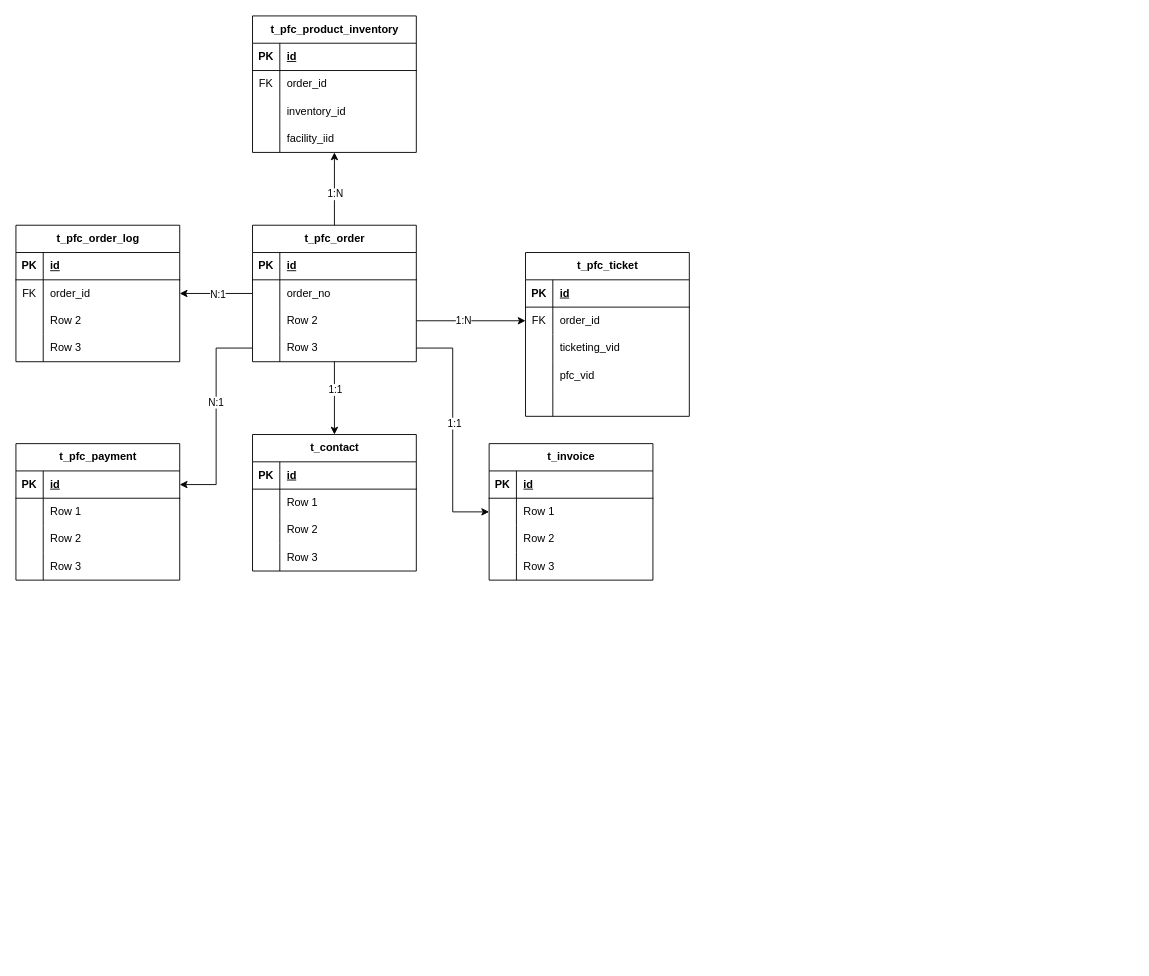
lixyu/draw keeps this draw.io diagram as pfc-order-tables.drawio. Above is the earlier version. Source tidied: cells renumbered, new cells numbered last; positions are measured from the earlier drawing's top-left corner, leaving out a move shared by most shapes. Both pictures are drawn from the tidied source at 91%, with x=0, y=0 at pixel (15, 15).
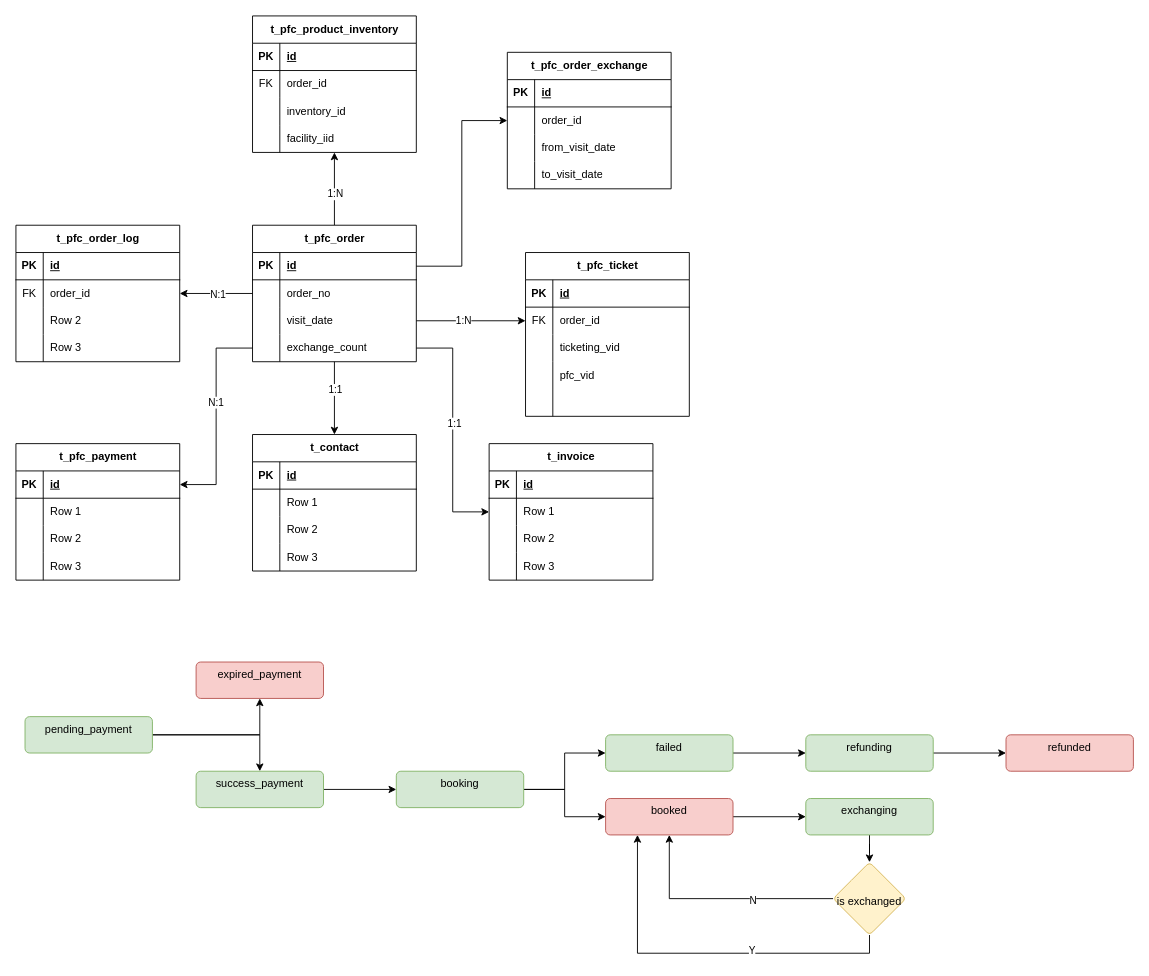
The same page after the edit.

The change refers to these unchanged cells:
```xml
<mxCell id="9" style="shape=tableRow;horizontal=0;startSize=0;swimlaneHead=0;swimlaneBody=0;fillColor=none;points=[[0,0.5],[1,0.5]];portConstraint=eastwest;top=0;left=0;right=0;bottom=1;" parent="8" vertex="1">
  <mxGeometry y="30" width="180" height="30" as="geometry" />
</mxCell>
<mxCell id="15" style="shape=tableRow;horizontal=0;startSize=0;swimlaneHead=0;swimlaneBody=0;fillColor=none;points=[[0,0.5],[1,0.5]];portConstraint=eastwest;top=0;left=0;right=0;bottom=0;" parent="8" vertex="1">
  <mxGeometry y="90" width="180" height="30" as="geometry" />
</mxCell>
<mxCell id="18" style="shape=tableRow;horizontal=0;startSize=0;swimlaneHead=0;swimlaneBody=0;fillColor=none;points=[[0,0.5],[1,0.5]];portConstraint=eastwest;top=0;left=0;right=0;bottom=0;" parent="8" vertex="1">
  <mxGeometry y="120" width="180" height="30" as="geometry" />
</mxCell>
```

Diff of the diagram source:
```diff
@@
-    <mxCell id="17" value="Row 2" style="shape=partialRectangle;fillColor=none;top=0;left=0;bottom=0;right=0;align=left;spacingLeft=6;overflow=hidden;whiteSpace=wrap;html=1;" parent="15" vertex="1">
+    <mxCell id="17" value="visit_date" style="shape=partialRectangle;fillColor=none;top=0;left=0;bottom=0;right=0;align=left;spacingLeft=6;overflow=hidden;whiteSpace=wrap;html=1;" parent="15" vertex="1">
       <mxGeometry x="30" width="150" height="30" as="geometry" />
     </mxCell>
@@
-    <mxCell id="20" value="Row 3" style="shape=partialRectangle;fillColor=none;top=0;left=0;bottom=0;right=0;align=left;spacingLeft=6;overflow=hidden;whiteSpace=wrap;html=1;" parent="18" vertex="1">
+    <mxCell id="20" value="exchange_count" style="shape=partialRectangle;fillColor=none;top=0;left=0;bottom=0;right=0;align=left;spacingLeft=6;overflow=hidden;whiteSpace=wrap;html=1;" parent="18" vertex="1">
       <mxGeometry x="30" width="150" height="30" as="geometry" />
     </mxCell>
@@
+    <mxCell id="108" style="edgeStyle=orthogonalEdgeStyle;rounded=0;jettySize=auto;html=1;" parent="1" edge="1" source="110" target="111">
+      <mxGeometry relative="1" as="geometry" />
+    </mxCell>
+    <mxCell id="109" style="edgeStyle=orthogonalEdgeStyle;rounded=0;jettySize=auto;html=1;exitX=1;exitY=0.5;exitDx=0;exitDy=0;" parent="1" edge="1" source="110" target="113">
+      <mxGeometry relative="1" as="geometry" />
+    </mxCell>
+    <mxCell id="110" value="pending_payment" style="html=1;align=center;verticalAlign=top;rounded=1;absoluteArcSize=1;arcSize=10;dashed=0;whiteSpace=wrap;fillColor=#d5e8d4;strokeColor=#82b366;" parent="1" vertex="1">
+      <mxGeometry x="10" y="770" width="140" height="40" as="geometry" />
+    </mxCell>
+    <mxCell id="111" value="expired_payment" style="html=1;align=center;verticalAlign=top;rounded=1;absoluteArcSize=1;arcSize=10;dashed=0;whiteSpace=wrap;fillColor=#f8cecc;strokeColor=#b85450;" parent="1" vertex="1">
+      <mxGeometry x="198" y="710" width="140" height="40" as="geometry" />
+    </mxCell>
+    <mxCell id="112" style="edgeStyle=orthogonalEdgeStyle;rounded=0;jettySize=auto;html=1;" parent="1" edge="1" source="113" target="116">
+      <mxGeometry relative="1" as="geometry" />
+    </mxCell>
+    <mxCell id="113" value="success_payment" style="html=1;align=center;verticalAlign=top;rounded=1;absoluteArcSize=1;arcSize=10;dashed=0;whiteSpace=wrap;fillColor=#d5e8d4;strokeColor=#82b366;" parent="1" vertex="1">
+      <mxGeometry x="198" y="830" width="140" height="40" as="geometry" />
+    </mxCell>
+    <mxCell id="114" style="edgeStyle=orthogonalEdgeStyle;rounded=0;jettySize=auto;html=1;" parent="1" edge="1" source="116" target="118">
+      <mxGeometry relative="1" as="geometry" />
+    </mxCell>
+    <mxCell id="115" style="edgeStyle=orthogonalEdgeStyle;rounded=0;jettySize=auto;html=1;exitX=1;exitY=0.5;exitDx=0;exitDy=0;entryX=0;entryY=0.5;entryDx=0;entryDy=0;" parent="1" edge="1" source="116" target="120">
+      <mxGeometry relative="1" as="geometry" />
+    </mxCell>
+    <mxCell id="116" value="booking" style="html=1;align=center;verticalAlign=top;rounded=1;absoluteArcSize=1;arcSize=10;dashed=0;whiteSpace=wrap;fillColor=#d5e8d4;strokeColor=#82b366;" parent="1" vertex="1">
+      <mxGeometry x="418" y="830" width="140" height="40" as="geometry" />
+    </mxCell>
+    <mxCell id="117" style="edgeStyle=orthogonalEdgeStyle;rounded=0;jettySize=auto;html=1;" parent="1" edge="1" source="118" target="122">
+      <mxGeometry relative="1" as="geometry" />
+    </mxCell>
+    <mxCell id="118" value="failed" style="html=1;align=center;verticalAlign=top;rounded=1;absoluteArcSize=1;arcSize=10;dashed=0;whiteSpace=wrap;fillColor=#d5e8d4;strokeColor=#82b366;" parent="1" vertex="1">
+      <mxGeometry x="648" y="790" width="140" height="40" as="geometry" />
+    </mxCell>
+    <mxCell id="119" style="edgeStyle=orthogonalEdgeStyle;rounded=0;jettySize=auto;html=1;" parent="1" edge="1" source="120" target="125">
+      <mxGeometry relative="1" as="geometry" />
+    </mxCell>
+    <mxCell id="120" value="booked" style="html=1;align=center;verticalAlign=top;rounded=1;absoluteArcSize=1;arcSize=10;dashed=0;whiteSpace=wrap;fillColor=#f8cecc;strokeColor=#b85450;" parent="1" vertex="1">
+      <mxGeometry x="648" y="860" width="140" height="40" as="geometry" />
+    </mxCell>
+    <mxCell id="121" style="edgeStyle=orthogonalEdgeStyle;rounded=0;jettySize=auto;html=1;" parent="1" edge="1" source="122" target="123">
+      <mxGeometry relative="1" as="geometry" />
+    </mxCell>
+    <mxCell id="122" value="refunding" style="html=1;align=center;verticalAlign=top;rounded=1;absoluteArcSize=1;arcSize=10;dashed=0;whiteSpace=wrap;fillColor=#d5e8d4;strokeColor=#82b366;" parent="1" vertex="1">
+      <mxGeometry x="868" y="790" width="140" height="40" as="geometry" />
+    </mxCell>
+    <mxCell id="123" value="refunded" style="html=1;align=center;verticalAlign=top;rounded=1;absoluteArcSize=1;arcSize=10;dashed=0;whiteSpace=wrap;fillColor=#f8cecc;strokeColor=#b85450;" parent="1" vertex="1">
+      <mxGeometry x="1088" y="790" width="140" height="40" as="geometry" />
+    </mxCell>
+    <mxCell id="124" style="edgeStyle=orthogonalEdgeStyle;rounded=0;jettySize=auto;html=1;" parent="1" edge="1" source="125" target="130">
+      <mxGeometry relative="1" as="geometry" />
+    </mxCell>
+    <mxCell id="125" value="exchanging" style="html=1;align=center;verticalAlign=top;rounded=1;absoluteArcSize=1;arcSize=10;dashed=0;whiteSpace=wrap;fillColor=#d5e8d4;strokeColor=#82b366;" parent="1" vertex="1">
+      <mxGeometry x="868" y="860" width="140" height="40" as="geometry" />
+    </mxCell>
+    <mxCell id="126" style="edgeStyle=orthogonalEdgeStyle;rounded=0;jettySize=auto;html=1;exitX=0;exitY=0.5;exitDx=0;exitDy=0;entryX=0.5;entryY=1;entryDx=0;entryDy=0;" parent="1" edge="1" source="130" target="120">
+      <mxGeometry relative="1" as="geometry" />
+    </mxCell>
+    <mxCell id="127" value="N" style="edgeLabel;html=1;align=center;verticalAlign=middle;" parent="126" vertex="1">
+      <mxGeometry x="-0.29" y="1" relative="1" as="geometry" />
+    </mxCell>
+    <mxCell id="128" style="edgeStyle=orthogonalEdgeStyle;rounded=0;jettySize=auto;html=1;exitX=0.5;exitY=1;exitDx=0;exitDy=0;entryX=0.25;entryY=1;entryDx=0;entryDy=0;" parent="1" edge="1" source="130" target="120">
+      <mxGeometry relative="1" as="geometry" />
+    </mxCell>
+    <mxCell id="129" value="Y" style="edgeLabel;html=1;align=center;verticalAlign=middle;" parent="128" vertex="1">
+      <mxGeometry x="-0.26" y="-4" relative="1" as="geometry" />
+    </mxCell>
+    <mxCell id="130" value="&lt;br&gt;&lt;br&gt;is exchanged" style="rhombus;whiteSpace=wrap;html=1;verticalAlign=top;fillColor=#fff2cc;strokeColor=#d6b656;rounded=1;arcSize=10;dashed=0;" parent="1" vertex="1">
+      <mxGeometry x="898" y="930" width="80" height="80" as="geometry" />
+    </mxCell>
+    <mxCell id="131" value="t_pfc_order_exchange" style="shape=table;startSize=30;childLayout=tableLayout;rowLines=0;fontStyle=1;align=center;html=1;" parent="1" vertex="1">
+      <mxGeometry x="540" y="40" width="180" height="150" as="geometry" />
+    </mxCell>
+    <mxCell id="132" style="shape=tableRow;horizontal=0;startSize=0;swimlaneHead=0;swimlaneBody=0;fillColor=none;top=0;left=0;right=0;bottom=1;" parent="131" vertex="1">
+      <mxGeometry y="30" width="180" height="30" as="geometry" />
+    </mxCell>
+    <mxCell id="133" value="PK" style="shape=partialRectangle;fillColor=none;top=0;left=0;bottom=0;right=0;fontStyle=1;overflow=hidden;whiteSpace=wrap;html=1;" parent="132" vertex="1">
+      <mxGeometry width="30" height="30" as="geometry" />
+    </mxCell>
+    <mxCell id="134" value="id" style="shape=partialRectangle;fillColor=none;top=0;left=0;bottom=0;right=0;align=left;spacingLeft=6;fontStyle=5;overflow=hidden;whiteSpace=wrap;html=1;" parent="132" vertex="1">
+      <mxGeometry x="30" width="150" height="30" as="geometry" />
+    </mxCell>
+    <mxCell id="135" style="shape=tableRow;horizontal=0;startSize=0;swimlaneHead=0;swimlaneBody=0;fillColor=none;points=[[0,0.5],[1,0.5]];portConstraint=eastwest;top=0;left=0;right=0;bottom=0;" parent="131" vertex="1">
+      <mxGeometry y="60" width="180" height="30" as="geometry" />
+    </mxCell>
+    <mxCell id="136" style="shape=partialRectangle;fillColor=none;top=0;left=0;bottom=0;right=0;overflow=hidden;whiteSpace=wrap;html=1;" parent="135" vertex="1">
+      <mxGeometry width="30" height="30" as="geometry" />
+    </mxCell>
+    <mxCell id="137" value="order_id" style="shape=partialRectangle;fillColor=none;top=0;left=0;bottom=0;right=0;align=left;spacingLeft=6;overflow=hidden;whiteSpace=wrap;html=1;" parent="135" vertex="1">
+      <mxGeometry x="30" width="150" height="30" as="geometry" />
+    </mxCell>
+    <mxCell id="138" style="shape=tableRow;horizontal=0;startSize=0;swimlaneHead=0;swimlaneBody=0;fillColor=none;top=0;left=0;right=0;bottom=0;" parent="131" vertex="1">
+      <mxGeometry y="90" width="180" height="30" as="geometry" />
+    </mxCell>
+    <mxCell id="139" style="shape=partialRectangle;fillColor=none;top=0;left=0;bottom=0;right=0;overflow=hidden;whiteSpace=wrap;html=1;" parent="138" vertex="1">
+      <mxGeometry width="30" height="30" as="geometry" />
+    </mxCell>
+    <mxCell id="140" value="from_visit_date" style="shape=partialRectangle;fillColor=none;top=0;left=0;bottom=0;right=0;align=left;spacingLeft=6;overflow=hidden;whiteSpace=wrap;html=1;" parent="138" vertex="1">
+      <mxGeometry x="30" width="150" height="30" as="geometry" />
+    </mxCell>
+    <mxCell id="141" style="shape=tableRow;horizontal=0;startSize=0;swimlaneHead=0;swimlaneBody=0;fillColor=none;top=0;left=0;right=0;bottom=0;" parent="131" vertex="1">
+      <mxGeometry y="120" width="180" height="30" as="geometry" />
+    </mxCell>
+    <mxCell id="142" style="shape=partialRectangle;fillColor=none;top=0;left=0;bottom=0;right=0;overflow=hidden;whiteSpace=wrap;html=1;" parent="141" vertex="1">
+      <mxGeometry width="30" height="30" as="geometry" />
+    </mxCell>
+    <mxCell id="143" value="to_visit_date" style="shape=partialRectangle;fillColor=none;top=0;left=0;bottom=0;right=0;align=left;spacingLeft=6;overflow=hidden;whiteSpace=wrap;html=1;" parent="141" vertex="1">
+      <mxGeometry x="30" width="150" height="30" as="geometry" />
+    </mxCell>
+    <mxCell id="144" style="edgeStyle=orthogonalEdgeStyle;rounded=0;jettySize=auto;html=1;exitX=1;exitY=0.5;exitDx=0;exitDy=0;entryX=0;entryY=0.5;entryDx=0;entryDy=0;" parent="1" edge="1" source="9" target="135">
+      <mxGeometry relative="1" as="geometry" />
+    </mxCell>
```
